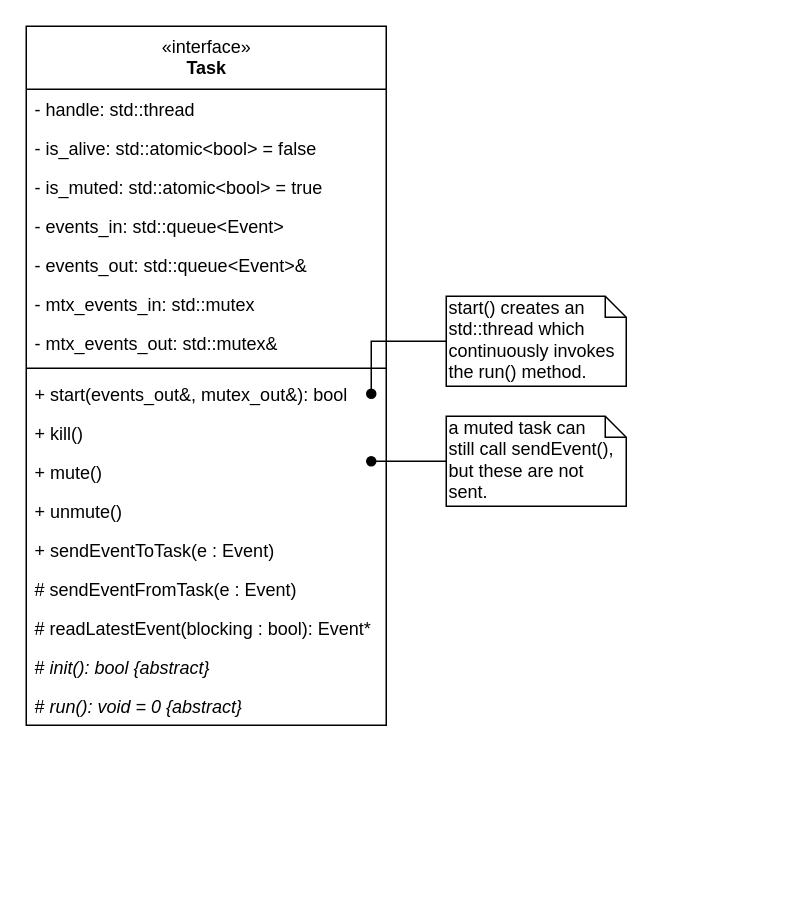
This is diagrams/task.drawio from LasseGoransson/ESD-E2020, a draw.io file, before an edit. Source tidied: cells renumbered, new cells numbered last; positions are measured from the earlier drawing's top-left corner, leaving out a move shared by most shapes. Both pictures are drawn from the tidied source at 150%, with x=0, y=0 at pixel (26, 26).
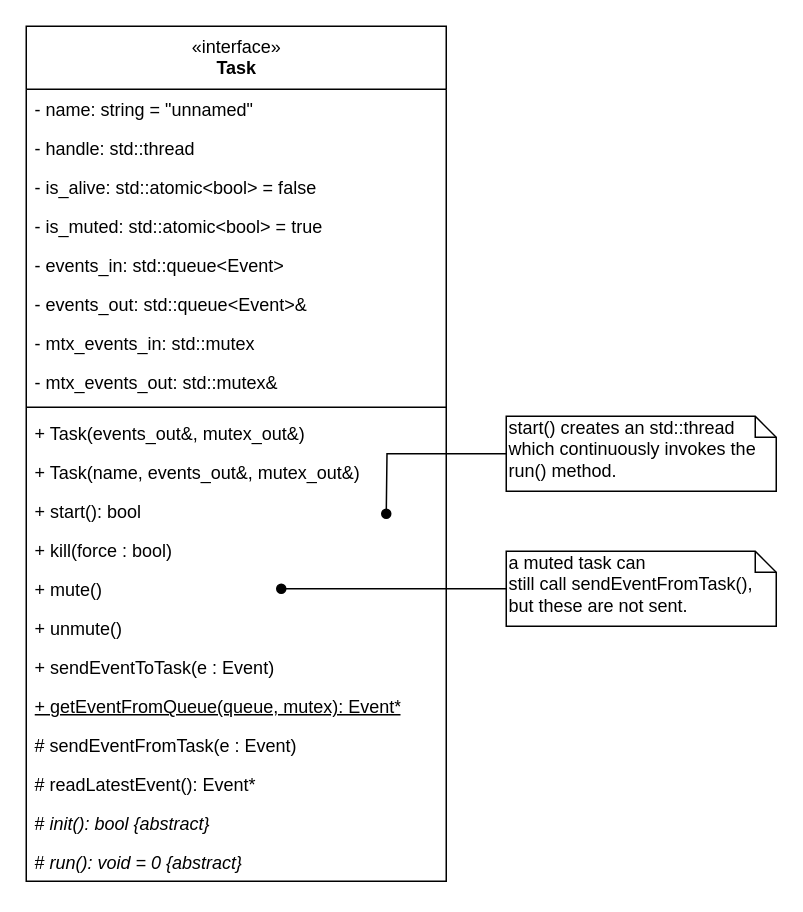
The same page after the edit.

Commit message (it also covers changes not shown here):
minor changes to match implementation

The edit, as a diff of the source:
```diff
@@
     <mxCell id="2" value="start() creates an std::thread which continuously invokes the run() method." style="shape=note;whiteSpace=wrap;html=1;size=14;verticalAlign=top;align=left;spacingTop=-6;" parent="1" vertex="1">
-      <mxGeometry x="280" y="180" width="120" height="60" as="geometry" />
+      <mxGeometry x="320" y="260" width="180" height="50" as="geometry" />
     </mxCell>
     <mxCell id="3" value="&lt;span style=&quot;font-weight: normal&quot;&gt;«interface»&lt;br&gt;&lt;/span&gt;Task" style="swimlane;fontStyle=1;align=center;verticalAlign=top;horizontal=1;startSize=42;html=1;" parent="1" vertex="1">
-      <mxGeometry width="240" height="466" as="geometry" />
+      <mxGeometry width="280" height="570" as="geometry" />
     </mxCell>
-    <mxCell id="4" value="- handle: std::thread" style="text;strokeColor=none;fillColor=none;align=left;verticalAlign=top;spacingLeft=4;spacingRight=4;overflow=hidden;" parent="3" vertex="1">
-      <mxGeometry y="42" width="240" height="26" as="geometry" />
+    <mxCell id="4" value="- name: string = &quot;unnamed&quot;" style="text;strokeColor=none;fillColor=none;align=left;verticalAlign=top;spacingLeft=4;spacingRight=4;overflow=hidden;" parent="3" vertex="1">
+      <mxGeometry y="42" width="280" height="26" as="geometry" />
     </mxCell>
+    <mxCell id="24" value="- handle: std::thread" style="text;strokeColor=none;fillColor=none;align=left;verticalAlign=top;spacingLeft=4;spacingRight=4;overflow=hidden;" parent="3" vertex="1">
+      <mxGeometry y="68" width="280" height="26" as="geometry" />
+    </mxCell>
     <mxCell id="5" value="- is_alive: std::atomic&lt;bool&gt; = false" style="text;strokeColor=none;fillColor=none;align=left;verticalAlign=top;spacingLeft=4;spacingRight=4;overflow=hidden;" parent="3" vertex="1">
-      <mxGeometry y="68" width="240" height="26" as="geometry" />
+      <mxGeometry y="94" width="280" height="26" as="geometry" />
     </mxCell>
     <mxCell id="6" value="- is_muted: std::atomic&lt;bool&gt; = true" style="text;strokeColor=none;fillColor=none;align=left;verticalAlign=top;spacingLeft=4;spacingRight=4;overflow=hidden;" parent="3" vertex="1">
-      <mxGeometry y="94" width="240" height="26" as="geometry" />
+      <mxGeometry y="120" width="280" height="26" as="geometry" />
     </mxCell>
     <mxCell id="7" value="- events_in: std::queue&lt;Event&gt;" style="text;strokeColor=none;fillColor=none;align=left;verticalAlign=top;spacingLeft=4;spacingRight=4;overflow=hidden;" parent="3" vertex="1">
-      <mxGeometry y="120" width="240" height="26" as="geometry" />
+      <mxGeometry y="146" width="280" height="26" as="geometry" />
     </mxCell>
     <mxCell id="8" value="- events_out: std::queue&lt;Event&gt;&amp;" style="text;strokeColor=none;fillColor=none;align=left;verticalAlign=top;spacingLeft=4;spacingRight=4;overflow=hidden;" parent="3" vertex="1">
-      <mxGeometry y="146" width="240" height="26" as="geometry" />
+      <mxGeometry y="172" width="280" height="26" as="geometry" />
     </mxCell>
     <mxCell id="9" value="- mtx_events_in: std::mutex" style="text;strokeColor=none;fillColor=none;align=left;verticalAlign=top;spacingLeft=4;spacingRight=4;overflow=hidden;" parent="3" vertex="1">
-      <mxGeometry y="172" width="240" height="26" as="geometry" />
+      <mxGeometry y="198" width="280" height="26" as="geometry" />
     </mxCell>
     <mxCell id="10" value="- mtx_events_out: std::mutex&amp;" style="text;strokeColor=none;fillColor=none;align=left;verticalAlign=top;spacingLeft=4;spacingRight=4;overflow=hidden;" parent="3" vertex="1">
-      <mxGeometry y="198" width="240" height="26" as="geometry" />
+      <mxGeometry y="224" width="280" height="26" as="geometry" />
     </mxCell>
     <mxCell id="11" style="line;strokeWidth=1;fillColor=none;align=left;verticalAlign=middle;spacingTop=-1;spacingLeft=3;spacingRight=3;labelPosition=right;" parent="3" vertex="1">
-      <mxGeometry y="224" width="240" height="8" as="geometry" />
+      <mxGeometry y="250" width="280" height="8" as="geometry" />
     </mxCell>
-    <mxCell id="12" value="+ start(events_out&amp;, mutex_out&amp;): bool" style="text;strokeColor=none;fillColor=none;align=left;verticalAlign=top;spacingLeft=4;spacingRight=4;overflow=hidden;" parent="3" vertex="1">
-      <mxGeometry y="232" width="240" height="26" as="geometry" />
+    <mxCell id="12" value="+ Task(events_out&amp;, mutex_out&amp;)" style="text;strokeColor=none;fillColor=none;align=left;verticalAlign=top;spacingLeft=4;spacingRight=4;overflow=hidden;" parent="3" vertex="1">
+      <mxGeometry y="258" width="280" height="26" as="geometry" />
     </mxCell>
+    <mxCell id="25" value="+ Task(name, events_out&amp;, mutex_out&amp;)" style="text;strokeColor=none;fillColor=none;align=left;verticalAlign=top;spacingLeft=4;spacingRight=4;overflow=hidden;" parent="3" vertex="1">
+      <mxGeometry y="284" width="280" height="26" as="geometry" />
+    </mxCell>
+    <mxCell id="26" value="+ start(): bool" style="text;strokeColor=none;fillColor=none;align=left;verticalAlign=top;spacingLeft=4;spacingRight=4;overflow=hidden;" parent="3" vertex="1">
+      <mxGeometry y="310" width="280" height="26" as="geometry" />
+    </mxCell>
-    <mxCell id="13" value="+ kill()" style="text;strokeColor=none;fillColor=none;align=left;verticalAlign=top;spacingLeft=4;spacingRight=4;overflow=hidden;" parent="3" vertex="1">
-      <mxGeometry y="258" width="240" height="26" as="geometry" />
+    <mxCell id="13" value="+ kill(force : bool)" style="text;strokeColor=none;fillColor=none;align=left;verticalAlign=top;spacingLeft=4;spacingRight=4;overflow=hidden;" parent="3" vertex="1">
+      <mxGeometry y="336" width="280" height="26" as="geometry" />
     </mxCell>
     <mxCell id="14" value="+ mute()" style="text;strokeColor=none;fillColor=none;align=left;verticalAlign=top;spacingLeft=4;spacingRight=4;overflow=hidden;" parent="3" vertex="1">
-      <mxGeometry y="284" width="240" height="26" as="geometry" />
+      <mxGeometry y="362" width="280" height="26" as="geometry" />
     </mxCell>
     <mxCell id="15" value="+ unmute()" style="text;strokeColor=none;fillColor=none;align=left;verticalAlign=top;spacingLeft=4;spacingRight=4;overflow=hidden;" parent="3" vertex="1">
-      <mxGeometry y="310" width="240" height="26" as="geometry" />
+      <mxGeometry y="388" width="280" height="26" as="geometry" />
     </mxCell>
     <mxCell id="16" value="+ sendEventToTask(e : Event)" style="text;strokeColor=none;fillColor=none;align=left;verticalAlign=top;spacingLeft=4;spacingRight=4;overflow=hidden;" parent="3" vertex="1">
-      <mxGeometry y="336" width="240" height="26" as="geometry" />
+      <mxGeometry y="414" width="280" height="26" as="geometry" />
     </mxCell>
+    <mxCell id="27" value="+ getEventFromQueue(queue, mutex): Event*" style="text;strokeColor=none;fillColor=none;align=left;verticalAlign=top;spacingLeft=4;spacingRight=4;overflow=hidden;fontStyle=4;html=1;" parent="3" vertex="1">
+      <mxGeometry y="440" width="280" height="26" as="geometry" />
+    </mxCell>
     <mxCell id="17" value="# sendEventFromTask(e : Event)" style="text;strokeColor=none;fillColor=none;align=left;verticalAlign=top;spacingLeft=4;spacingRight=4;overflow=hidden;" parent="3" vertex="1">
-      <mxGeometry y="362" width="240" height="26" as="geometry" />
+      <mxGeometry y="466" width="280" height="26" as="geometry" />
     </mxCell>
-    <mxCell id="18" value="# readLatestEvent(blocking : bool): Event*" style="text;strokeColor=none;fillColor=none;align=left;verticalAlign=top;spacingLeft=4;spacingRight=4;overflow=hidden;" parent="3" vertex="1">
-      <mxGeometry y="388" width="240" height="26" as="geometry" />
+    <mxCell id="18" value="# readLatestEvent(): Event*" style="text;strokeColor=none;fillColor=none;align=left;verticalAlign=top;spacingLeft=4;spacingRight=4;overflow=hidden;" parent="3" vertex="1">
+      <mxGeometry y="492" width="280" height="26" as="geometry" />
     </mxCell>
     <mxCell id="19" value="&lt;span style=&quot;font-style: normal&quot;&gt;#&lt;/span&gt; init(): bool {abstract}" style="text;strokeColor=none;fillColor=none;align=left;verticalAlign=top;spacingLeft=4;spacingRight=4;overflow=hidden;fontStyle=2;html=1;" parent="3" vertex="1">
-      <mxGeometry y="414" width="240" height="26" as="geometry" />
+      <mxGeometry y="518" width="280" height="26" as="geometry" />
     </mxCell>
     <mxCell id="20" value="&lt;span style=&quot;font-style: normal&quot;&gt;#&lt;/span&gt; run(): void = 0 {abstract}" style="text;strokeColor=none;fillColor=none;align=left;verticalAlign=top;spacingLeft=4;spacingRight=4;overflow=hidden;fontStyle=2;html=1;" parent="3" vertex="1">
-      <mxGeometry y="440" width="240" height="26" as="geometry" />
+      <mxGeometry y="544" width="280" height="26" as="geometry" />
     </mxCell>
     <mxCell id="21" style="edgeStyle=orthogonalEdgeStyle;rounded=0;jettySize=auto;html=1;endArrow=oval;endFill=1;" parent="1" edge="1" source="2">
       <mxGeometry relative="1" as="geometry">
-        <mxPoint x="230" y="245" as="targetPoint" />
-        <Array as="points">
-          <mxPoint x="230" y="210" />
-        </Array>
+        <mxPoint x="240" y="325" as="targetPoint" />
       </mxGeometry>
     </mxCell>
-    <mxCell id="22" value="a muted task can&lt;br&gt;still call sendEvent(),&lt;br&gt;but these are not sent." style="shape=note;whiteSpace=wrap;html=1;size=14;verticalAlign=top;align=left;spacingTop=-6;" parent="1" vertex="1">
-      <mxGeometry x="280" y="260" width="120" height="60" as="geometry" />
-    </mxCell>
-    <mxCell id="23" style="edgeStyle=orthogonalEdgeStyle;rounded=0;jettySize=auto;html=1;endArrow=oval;endFill=1;" parent="1" edge="1" source="22">
+    <mxCell id="23" style="edgeStyle=orthogonalEdgeStyle;rounded=0;jettySize=auto;html=1;endArrow=oval;endFill=1;" parent="1" edge="1" source="28">
       <mxGeometry relative="1" as="geometry">
-        <mxPoint x="230" y="290" as="targetPoint" />
+        <mxPoint x="170" y="375" as="targetPoint" />
       </mxGeometry>
     </mxCell>
+    <mxCell id="28" value="a muted task can&lt;br&gt;still call&amp;nbsp;&lt;span&gt;sendEventFromTask&lt;/span&gt;(),&lt;br&gt;but these are not sent." style="shape=note;whiteSpace=wrap;html=1;size=14;verticalAlign=top;align=left;spacingTop=-6;" parent="1" vertex="1">
+      <mxGeometry x="320" y="350" width="180" height="50" as="geometry" />
+    </mxCell>
```
